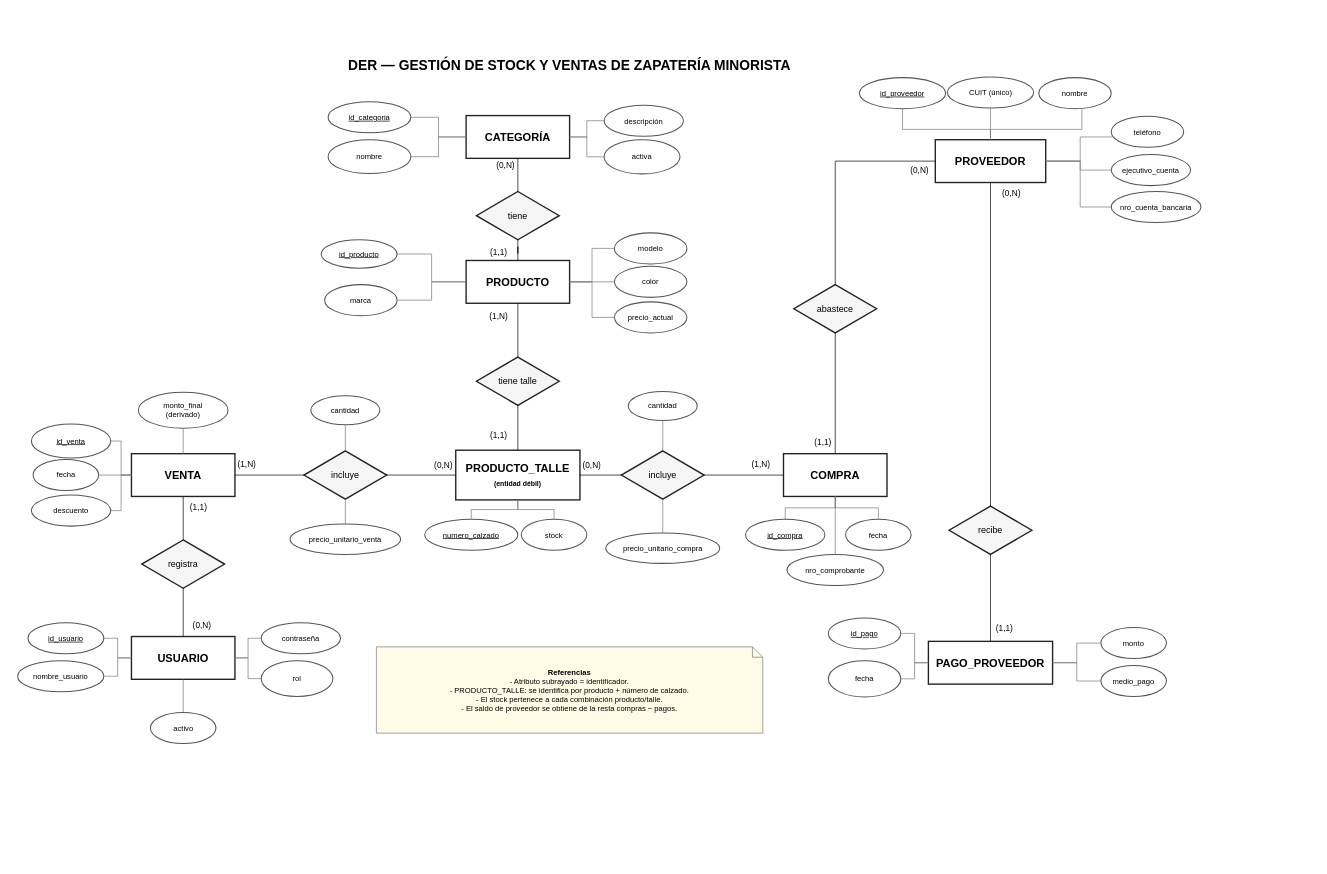
Above: tp_zapateria.drawio in migmik/BD-DER (draw.io), before the change. Source tidied: cells renumbered, new cells numbered last; positions are measured from the earlier drawing's top-left corner, leaving out a move shared by most shapes. Both pictures are drawn from the tidied source at 69%, with x=0, y=0 at pixel (17, 53).
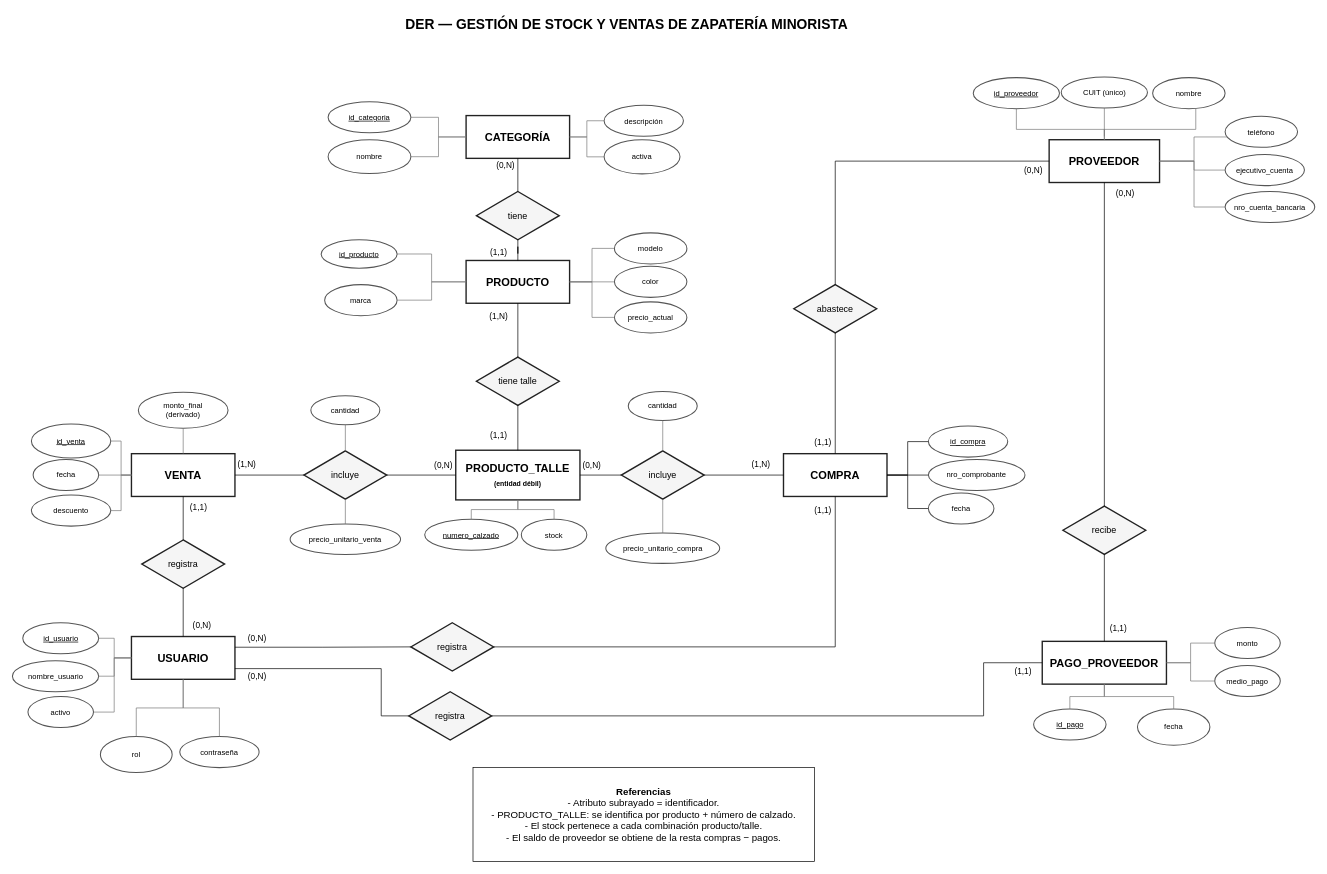
The same page after the edit.

Unchanged cells that the change refers to:
```xml
<mxCell id="7" value="USUARIO" style="rounded=0;whiteSpace=wrap;html=1;strokeWidth=2;fontSize=16;fontStyle=1;fillColor=#ffffff;strokeColor=#222222;" parent="1" vertex="1">
  <mxGeometry x="165" y="845" width="150" height="62" as="geometry" />
</mxCell>
<mxCell id="8" value="COMPRA" style="rounded=0;whiteSpace=wrap;html=1;strokeWidth=2;fontSize=16;fontStyle=1;fillColor=#ffffff;strokeColor=#222222;" parent="1" vertex="1">
  <mxGeometry x="1110" y="580" width="150" height="62" as="geometry" />
</mxCell>
```

Diff of the diagram source:
```diff
@@
     <mxCell id="2" value="&lt;b&gt;DER — GESTIÓN DE STOCK Y VENTAS DE ZAPATERÍA MINORISTA&lt;/b&gt;" style="text;html=1;strokeColor=none;fillColor=none;align=center;verticalAlign=middle;whiteSpace=wrap;rounded=0;fontSize=20;fontStyle=0;" parent="1" vertex="1">
-      <mxGeometry x="300" width="1000" height="34" as="geometry" />
+      <mxGeometry x="382.5" y="-60" width="1000" height="34" as="geometry" />
     </mxCell>
@@
     <mxCell id="9" value="PROVEEDOR" style="rounded=0;whiteSpace=wrap;html=1;strokeWidth=2;fontSize=16;fontStyle=1;fillColor=#ffffff;strokeColor=#222222;" parent="1" vertex="1">
-      <mxGeometry x="1330" y="125" width="160" height="62" as="geometry" />
+      <mxGeometry x="1495" y="125" width="160" height="62" as="geometry" />
     </mxCell>
     <mxCell id="10" value="PAGO_PROVEEDOR" style="rounded=0;whiteSpace=wrap;html=1;strokeWidth=2;fontSize=16;fontStyle=1;fillColor=#ffffff;strokeColor=#222222;" parent="1" vertex="1">
-      <mxGeometry x="1320" y="852" width="180" height="62" as="geometry" />
+      <mxGeometry x="1485" y="852" width="180" height="62" as="geometry" />
     </mxCell>
@@
     <mxCell id="17" value="recibe" style="shape=rhombus;perimeter=rhombusPerimeter;whiteSpace=wrap;html=1;align=center;strokeWidth=2;fontSize=13;fillColor=#f5f5f5;strokeColor=#222222;" parent="1" vertex="1">
-      <mxGeometry x="1350" y="656" width="120" height="70" as="geometry" />
+      <mxGeometry x="1515" y="656" width="120" height="70" as="geometry" />
     </mxCell>
@@
     <mxCell id="48" value="&lt;u&gt;id_usuario&lt;/u&gt;" style="ellipse;whiteSpace=wrap;html=1;strokeWidth=1.5;fontSize=11;fillColor=#ffffff;strokeColor=#555555;" parent="1" vertex="1">
-      <mxGeometry x="15" y="825" width="110" height="45" as="geometry" />
+      <mxGeometry x="7.5" y="825" width="110" height="45" as="geometry" />
     </mxCell>
     <mxCell id="49" style="edgeStyle=orthogonalEdgeStyle;rounded=0;html=1;endArrow=none;startArrow=none;strokeColor=#777777;" parent="1" edge="1" source="7" target="48">
-      <mxGeometry relative="1" as="geometry" />
+      <mxGeometry relative="1" as="geometry">
+        <Array as="points">
+          <mxPoint x="140" y="876" />
+          <mxPoint x="140" y="847.5" />
+        </Array>
+      </mxGeometry>
     </mxCell>
     <mxCell id="50" value="nombre_usuario" style="ellipse;whiteSpace=wrap;html=1;strokeWidth=1.5;fontSize=11;fillColor=#ffffff;strokeColor=#555555;" parent="1" vertex="1">
-      <mxGeometry y="880" width="125" height="45" as="geometry" />
+      <mxGeometry x="-7.5" y="880" width="125" height="45" as="geometry" />
     </mxCell>
     <mxCell id="51" style="edgeStyle=orthogonalEdgeStyle;rounded=0;html=1;endArrow=none;startArrow=none;strokeColor=#777777;" parent="1" edge="1" source="7" target="50">
-      <mxGeometry relative="1" as="geometry" />
+      <mxGeometry relative="1" as="geometry">
+        <Array as="points">
+          <mxPoint x="140" y="876" />
+          <mxPoint x="140" y="902.5" />
+        </Array>
+      </mxGeometry>
     </mxCell>
     <mxCell id="52" value="contraseña" style="ellipse;whiteSpace=wrap;html=1;strokeWidth=1.5;fontSize=11;fillColor=#ffffff;strokeColor=#555555;" parent="1" vertex="1">
-      <mxGeometry x="353" y="825" width="115" height="45" as="geometry" />
+      <mxGeometry x="235" y="990" width="115" height="45" as="geometry" />
     </mxCell>
@@
     <mxCell id="54" value="rol" style="ellipse;whiteSpace=wrap;html=1;strokeWidth=1.5;fontSize=11;fillColor=#ffffff;strokeColor=#555555;" parent="1" vertex="1">
-      <mxGeometry x="353" y="880" width="104" height="52" as="geometry" />
+      <mxGeometry x="120" y="990" width="104" height="52" as="geometry" />
     </mxCell>
@@
     <mxCell id="56" value="activo" style="ellipse;whiteSpace=wrap;html=1;strokeWidth=1.5;fontSize=11;fillColor=#ffffff;strokeColor=#555555;" parent="1" vertex="1">
-      <mxGeometry x="192.5" y="955" width="95" height="45" as="geometry" />
+      <mxGeometry x="15" y="932" width="95" height="45" as="geometry" />
     </mxCell>
     <mxCell id="57" style="edgeStyle=orthogonalEdgeStyle;rounded=0;html=1;endArrow=none;startArrow=none;strokeColor=#777777;" parent="1" edge="1" source="7" target="56">
-      <mxGeometry relative="1" as="geometry" />
+      <mxGeometry relative="1" as="geometry">
+        <Array as="points">
+          <mxPoint x="140" y="876" />
+          <mxPoint x="140" y="954.5" />
+        </Array>
+      </mxGeometry>
     </mxCell>
+    <mxCell id="135" style="edgeStyle=orthogonalEdgeStyle;rounded=0;jettySize=auto;html=1;exitX=0;exitY=0.5;exitDx=0;exitDy=0;entryX=1;entryY=0.5;entryDx=0;entryDy=0;endArrow=none;endFill=0;" parent="1" edge="1" source="58" target="8">
+      <mxGeometry relative="1" as="geometry" />
+    </mxCell>
     <mxCell id="58" value="&lt;span&gt;id_compra&lt;/span&gt;" style="ellipse;whiteSpace=wrap;html=1;strokeWidth=1.5;fontSize=11;fillColor=#ffffff;strokeColor=#555555;fontStyle=4;" parent="1" vertex="1">
-      <mxGeometry x="1055" y="675" width="115" height="45" as="geometry" />
+      <mxGeometry x="1320" y="540" width="115" height="45" as="geometry" />
     </mxCell>
-    <mxCell id="59" style="edgeStyle=orthogonalEdgeStyle;rounded=0;html=1;endArrow=none;startArrow=none;strokeColor=#777777;" parent="1" edge="1" source="8" target="58">
-      <mxGeometry relative="1" as="geometry" />
-    </mxCell>
+    <mxCell id="136" style="edgeStyle=orthogonalEdgeStyle;rounded=0;jettySize=auto;html=1;exitX=0;exitY=0.5;exitDx=0;exitDy=0;entryX=1;entryY=0.5;entryDx=0;entryDy=0;endArrow=none;endFill=0;" parent="1" edge="1" source="60" target="8">
+      <mxGeometry relative="1" as="geometry" />
+    </mxCell>
     <mxCell id="60" value="fecha" style="ellipse;whiteSpace=wrap;html=1;strokeWidth=1.5;fontSize=11;fillColor=#ffffff;strokeColor=#555555;" parent="1" vertex="1">
-      <mxGeometry x="1200" y="675" width="95" height="45" as="geometry" />
+      <mxGeometry x="1320" y="637" width="95" height="45" as="geometry" />
     </mxCell>
-    <mxCell id="61" style="edgeStyle=orthogonalEdgeStyle;rounded=0;html=1;endArrow=none;startArrow=none;strokeColor=#777777;" parent="1" edge="1" source="8" target="60">
-      <mxGeometry relative="1" as="geometry" />
-    </mxCell>
+    <mxCell id="137" style="edgeStyle=orthogonalEdgeStyle;rounded=0;jettySize=auto;html=1;exitX=0;exitY=0.5;exitDx=0;exitDy=0;entryX=1;entryY=0.5;entryDx=0;entryDy=0;endArrow=none;endFill=0;" parent="1" edge="1" source="62" target="8">
+      <mxGeometry relative="1" as="geometry" />
+    </mxCell>
     <mxCell id="62" value="nro_comprobante" style="ellipse;whiteSpace=wrap;html=1;strokeWidth=1.5;fontSize=11;fillColor=#ffffff;strokeColor=#555555;" parent="1" vertex="1">
-      <mxGeometry x="1115" y="726" width="140" height="45" as="geometry" />
+      <mxGeometry x="1320" y="588.5" width="140" height="45" as="geometry" />
     </mxCell>
-    <mxCell id="63" style="edgeStyle=orthogonalEdgeStyle;rounded=0;html=1;endArrow=none;startArrow=none;strokeColor=#777777;exitX=0.5;exitY=1;exitDx=0;exitDy=0;" parent="1" edge="1" source="8" target="62">
-      <mxGeometry relative="1" as="geometry" />
-    </mxCell>
     <mxCell id="64" value="&lt;u&gt;id_proveedor&lt;/u&gt;" style="ellipse;whiteSpace=wrap;html=1;strokeWidth=1.5;fontSize=11;fillColor=#ffffff;strokeColor=#555555;" parent="1" vertex="1">
-      <mxGeometry x="1220" y="35" width="125" height="45" as="geometry" />
+      <mxGeometry x="1385" y="35" width="125" height="45" as="geometry" />
     </mxCell>
     <mxCell id="65" style="edgeStyle=orthogonalEdgeStyle;rounded=0;html=1;endArrow=none;startArrow=none;strokeColor=#777777;" parent="1" edge="1" source="9" target="64">
       <mxGeometry relative="1" as="geometry">
         <Array as="points">
-          <mxPoint x="1410" y="110" />
-          <mxPoint x="1282.5" y="110" />
+          <mxPoint x="1575" y="110" />
+          <mxPoint x="1447.5" y="110" />
         </Array>
       </mxGeometry>
     </mxCell>
     <mxCell id="66" value="CUIT (único)" style="ellipse;whiteSpace=wrap;html=1;strokeWidth=1.5;fontSize=11;fillColor=#ffffff;strokeColor=#555555;" parent="1" vertex="1">
-      <mxGeometry x="1347.5" y="34" width="125" height="45" as="geometry" />
+      <mxGeometry x="1512.5" y="34" width="125" height="45" as="geometry" />
     </mxCell>
@@
     <mxCell id="68" value="nombre" style="ellipse;whiteSpace=wrap;html=1;strokeWidth=1.5;fontSize=11;fillColor=#ffffff;strokeColor=#555555;" parent="1" vertex="1">
-      <mxGeometry x="1480" y="35" width="105" height="45" as="geometry" />
+      <mxGeometry x="1645" y="35" width="105" height="45" as="geometry" />
     </mxCell>
     <mxCell id="69" style="edgeStyle=orthogonalEdgeStyle;rounded=0;html=1;endArrow=none;startArrow=none;strokeColor=#777777;" parent="1" edge="1" target="68">
       <mxGeometry relative="1" as="geometry">
-        <mxPoint x="1410" y="120" as="sourcePoint" />
+        <mxPoint x="1575" y="120" as="sourcePoint" />
         <Array as="points">
-          <mxPoint x="1410" y="110" />
-          <mxPoint x="1542.5" y="110" />
+          <mxPoint x="1575" y="110" />
+          <mxPoint x="1707.5" y="110" />
         </Array>
       </mxGeometry>
     </mxCell>
     <mxCell id="70" value="teléfono" style="ellipse;whiteSpace=wrap;html=1;strokeWidth=1.5;fontSize=11;fillColor=#ffffff;strokeColor=#555555;" parent="1" vertex="1">
-      <mxGeometry x="1585" y="91" width="105" height="45" as="geometry" />
+      <mxGeometry x="1750" y="91" width="105" height="45" as="geometry" />
     </mxCell>
     <mxCell id="71" style="edgeStyle=orthogonalEdgeStyle;rounded=0;html=1;endArrow=none;startArrow=none;strokeColor=#777777;" parent="1" edge="1" source="9" target="70">
       <mxGeometry relative="1" as="geometry">
         <Array as="points">
-          <mxPoint x="1540" y="156" />
-          <mxPoint x="1540" y="121" />
+          <mxPoint x="1705" y="156" />
+          <mxPoint x="1705" y="121" />
         </Array>
       </mxGeometry>
     </mxCell>
     <mxCell id="72" value="ejecutivo_cuenta" style="ellipse;whiteSpace=wrap;html=1;strokeWidth=1.5;fontSize=11;fillColor=#ffffff;strokeColor=#555555;" parent="1" vertex="1">
-      <mxGeometry x="1585" y="146.5" width="115" height="45" as="geometry" />
+      <mxGeometry x="1750" y="146.5" width="115" height="45" as="geometry" />
     </mxCell>
     <mxCell id="73" style="edgeStyle=orthogonalEdgeStyle;rounded=0;html=1;endArrow=none;startArrow=none;strokeColor=#777777;" parent="1" edge="1" source="9" target="72">
       <mxGeometry relative="1" as="geometry">
         <Array as="points">
-          <mxPoint x="1540" y="156" />
-          <mxPoint x="1540" y="169" />
+          <mxPoint x="1705" y="156" />
+          <mxPoint x="1705" y="169" />
         </Array>
       </mxGeometry>
     </mxCell>
     <mxCell id="74" value="nro_cuenta_bancaria" style="ellipse;whiteSpace=wrap;html=1;strokeWidth=1.5;fontSize=11;fillColor=#ffffff;strokeColor=#555555;" parent="1" vertex="1">
-      <mxGeometry x="1585" y="200" width="130" height="45" as="geometry" />
+      <mxGeometry x="1750" y="200" width="130" height="45" as="geometry" />
     </mxCell>
     <mxCell id="75" style="edgeStyle=orthogonalEdgeStyle;rounded=0;html=1;endArrow=none;startArrow=none;strokeColor=#777777;" parent="1" edge="1" source="9" target="74">
       <mxGeometry relative="1" as="geometry">
         <Array as="points">
-          <mxPoint x="1540" y="156" />
-          <mxPoint x="1540" y="222.5" />
+          <mxPoint x="1705" y="156" />
+          <mxPoint x="1705" y="222.5" />
         </Array>
       </mxGeometry>
     </mxCell>
     <mxCell id="76" value="&lt;span&gt;id_pago&lt;/span&gt;" style="ellipse;whiteSpace=wrap;html=1;strokeWidth=1.5;fontSize=11;fillColor=#ffffff;strokeColor=#555555;fontStyle=4;" parent="1" vertex="1">
-      <mxGeometry x="1175" y="818" width="105" height="45" as="geometry" />
+      <mxGeometry x="1472.5" y="950" width="105" height="45" as="geometry" />
     </mxCell>
@@
     <mxCell id="78" value="fecha" style="ellipse;whiteSpace=wrap;html=1;strokeWidth=1.5;fontSize=11;fillColor=#ffffff;strokeColor=#555555;" parent="1" vertex="1">
-      <mxGeometry x="1175" y="880" width="105" height="52.5" as="geometry" />
+      <mxGeometry x="1623" y="950" width="105" height="52.5" as="geometry" />
     </mxCell>
@@
     <mxCell id="80" value="monto" style="ellipse;whiteSpace=wrap;html=1;strokeWidth=1.5;fontSize=11;fillColor=#ffffff;strokeColor=#555555;" parent="1" vertex="1">
-      <mxGeometry x="1570" y="832" width="95" height="45" as="geometry" />
+      <mxGeometry x="1735" y="832" width="95" height="45" as="geometry" />
     </mxCell>
@@
     <mxCell id="82" value="medio_pago" style="ellipse;whiteSpace=wrap;html=1;strokeWidth=1.5;fontSize=11;fillColor=#ffffff;strokeColor=#555555;" parent="1" vertex="1">
-      <mxGeometry x="1570" y="887" width="95" height="45" as="geometry" />
+      <mxGeometry x="1735" y="887" width="95" height="45" as="geometry" />
     </mxCell>
@@
-    <mxCell id="92" value="&lt;b&gt;Referencias&lt;/b&gt;&lt;br&gt;- Atributo subrayado = identificador.&lt;br&gt;- PRODUCTO_TALLE: se identifica por producto + número de calzado.&lt;br&gt;- El stock pertenece a cada combinación producto/talle.&lt;br&gt;- El saldo de proveedor se obtiene de la resta compras − pagos." style="shape=note;whiteSpace=wrap;html=1;backgroundOutline=1;size=15;strokeColor=#777777;fillColor=#fffbe6;fontSize=11;" parent="1" vertex="1">
-      <mxGeometry x="520" y="860" width="560" height="125" as="geometry" />
-    </mxCell>
@@
     <mxCell id="126" style="group;" parent="1" vertex="1">
-      <mxGeometry x="1280" y="158" width="55" height="22" as="geometry" />
+      <mxGeometry x="1445" y="158" width="55" height="22" as="geometry" />
     </mxCell>
@@
     <mxCell id="129" style="group;" parent="1" vertex="1">
-      <mxGeometry x="1412.5" y="191.5" width="55" height="22" as="geometry" />
+      <mxGeometry x="1577.5" y="191.5" width="55" height="22" as="geometry" />
     </mxCell>
@@
     <mxCell id="132" style="group;" parent="1" vertex="1">
-      <mxGeometry x="1403" y="823" width="55" height="22" as="geometry" />
+      <mxGeometry x="1568" y="823" width="55" height="22" as="geometry" />
     </mxCell>
@@
+    <mxCell id="92" value="&lt;b&gt;Referencias&lt;/b&gt;&lt;br&gt;- Atributo subrayado = identificador.&lt;br&gt;- PRODUCTO_TALLE: se identifica por producto + número de calzado.&lt;br&gt;- El stock pertenece a cada combinación producto/talle.&lt;br&gt;- El saldo de proveedor se obtiene de la resta compras − pagos." style="rounded=0;whiteSpace=wrap;html=1;fontSize=14;" parent="1" vertex="1">
+      <mxGeometry x="660" y="1035" width="495" height="136" as="geometry" />
+    </mxCell>
+    <mxCell id="138" value="registra" style="shape=rhombus;perimeter=rhombusPerimeter;whiteSpace=wrap;html=1;align=center;strokeWidth=2;fontSize=13;fillColor=#f5f5f5;strokeColor=#222222;" parent="1" vertex="1">
+      <mxGeometry x="570" y="825" width="120" height="70" as="geometry" />
+    </mxCell>
+    <mxCell id="139" style="group;" parent="1" vertex="1">
+      <mxGeometry x="1140" y="651.5" width="55" height="224.5" as="geometry" />
+    </mxCell>
+    <mxCell id="140" style="edgeStyle=orthogonalEdgeStyle;rounded=0;jettySize=auto;html=1;endArrow=none;startArrow=none;exitX=1;exitY=0.5;exitDx=0;exitDy=0;entryX=0.5;entryY=1;entryDx=0;entryDy=0;" parent="139" edge="1" source="138" target="8">
+      <mxGeometry relative="1" as="geometry">
+        <Array as="points">
+          <mxPoint x="45" y="208.5" />
+        </Array>
+      </mxGeometry>
+    </mxCell>
+    <mxCell id="141" value="(1,1)" style="text;html=1;strokeColor=none;fillColor=none;align=center;verticalAlign=middle;whiteSpace=wrap;rounded=0;fontSize=12;fontStyle=0;" parent="139" vertex="1">
+      <mxGeometry width="55" height="22" as="geometry" />
+    </mxCell>
+    <mxCell id="142" style="group;" parent="1" vertex="1">
+      <mxGeometry x="515" y="836.5" width="55" height="22" as="geometry" />
+    </mxCell>
+    <mxCell id="143" style="edgeStyle=orthogonalEdgeStyle;rounded=0;jettySize=auto;html=1;endArrow=none;startArrow=none;exitX=1;exitY=0.25;exitDx=0;exitDy=0;entryX=0;entryY=0.5;entryDx=0;entryDy=0;" parent="142" edge="1" source="7" target="138">
+      <mxGeometry relative="1" as="geometry" />
+    </mxCell>
+    <mxCell id="144" value="registra" style="shape=rhombus;perimeter=rhombusPerimeter;whiteSpace=wrap;html=1;align=center;strokeWidth=2;fontSize=13;fillColor=#f5f5f5;strokeColor=#222222;" parent="1" vertex="1">
+      <mxGeometry x="567" y="925" width="120" height="70" as="geometry" />
+    </mxCell>
+    <mxCell id="145" style="group;" parent="1" vertex="1">
+      <mxGeometry x="515" y="891.6" width="55" height="68.4" as="geometry" />
+    </mxCell>
+    <mxCell id="146" style="edgeStyle=orthogonalEdgeStyle;rounded=0;jettySize=auto;html=1;endArrow=none;startArrow=none;exitX=1;exitY=0.75;exitDx=0;exitDy=0;entryX=0;entryY=0.5;entryDx=0;entryDy=0;" parent="145" edge="1" source="7" target="144">
+      <mxGeometry relative="1" as="geometry">
+        <Array as="points">
+          <mxPoint x="12" />
+          <mxPoint x="12" y="68.4" />
+        </Array>
+      </mxGeometry>
+    </mxCell>
+    <mxCell id="147" value="(0,N)" style="text;html=1;strokeColor=none;fillColor=none;align=center;verticalAlign=middle;whiteSpace=wrap;rounded=0;fontSize=12;fontStyle=0;" parent="1" vertex="1">
+      <mxGeometry x="320" y="836.5" width="55" height="22" as="geometry" />
+    </mxCell>
+    <mxCell id="148" value="(0,N)" style="text;html=1;strokeColor=none;fillColor=none;align=center;verticalAlign=middle;whiteSpace=wrap;rounded=0;fontSize=12;fontStyle=0;" parent="1" vertex="1">
+      <mxGeometry x="320" y="891.6" width="55" height="22" as="geometry" />
+    </mxCell>
+    <mxCell id="149" style="group;" parent="1" vertex="1">
+      <mxGeometry x="1400" y="883" width="85" height="77" as="geometry" />
+    </mxCell>
+    <mxCell id="150" style="edgeStyle=orthogonalEdgeStyle;rounded=0;jettySize=auto;html=1;endArrow=none;startArrow=none;exitX=1;exitY=0.5;exitDx=0;exitDy=0;entryX=0;entryY=0.5;entryDx=0;entryDy=0;" parent="149" edge="1" source="144" target="10">
+      <mxGeometry relative="1" as="geometry">
+        <Array as="points">
+          <mxPoint y="77" />
+          <mxPoint />
+        </Array>
+      </mxGeometry>
+    </mxCell>
+    <mxCell id="151" value="(1,1)" style="text;html=1;strokeColor=none;fillColor=none;align=center;verticalAlign=middle;whiteSpace=wrap;rounded=0;fontSize=12;fontStyle=0;" parent="149" vertex="1">
+      <mxGeometry x="30" y="2" width="55" height="22" as="geometry" />
+    </mxCell>
```
